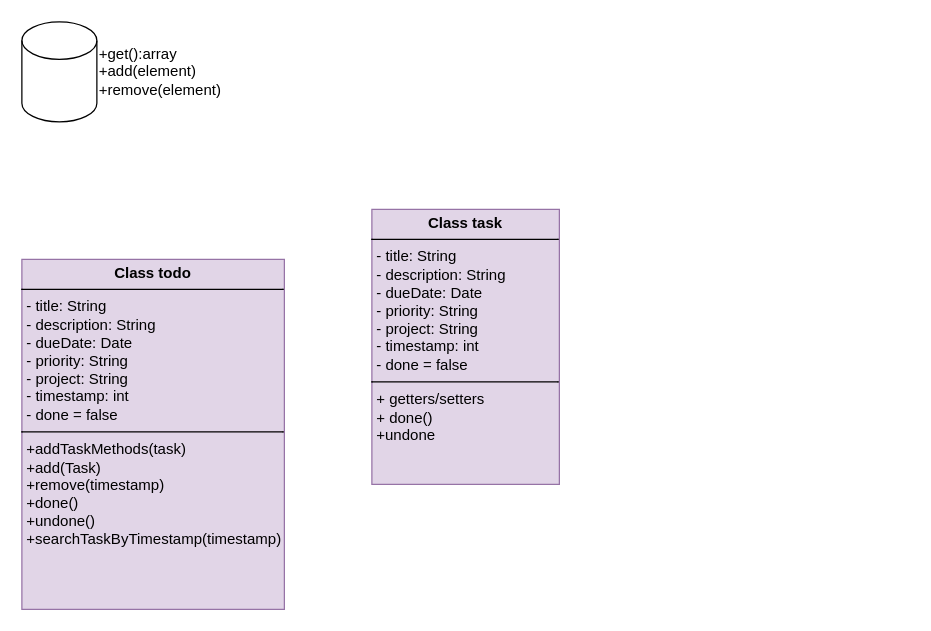
The draw.io diagram todoList.drawio in facu18xk/diagrams, before the edit. Source tidied: cells renumbered, new cells numbered last; positions are measured from the earlier drawing's top-left corner, leaving out a move shared by most shapes. Both pictures are drawn from the tidied source at 125%, with x=0, y=0 at pixel (21, 21).
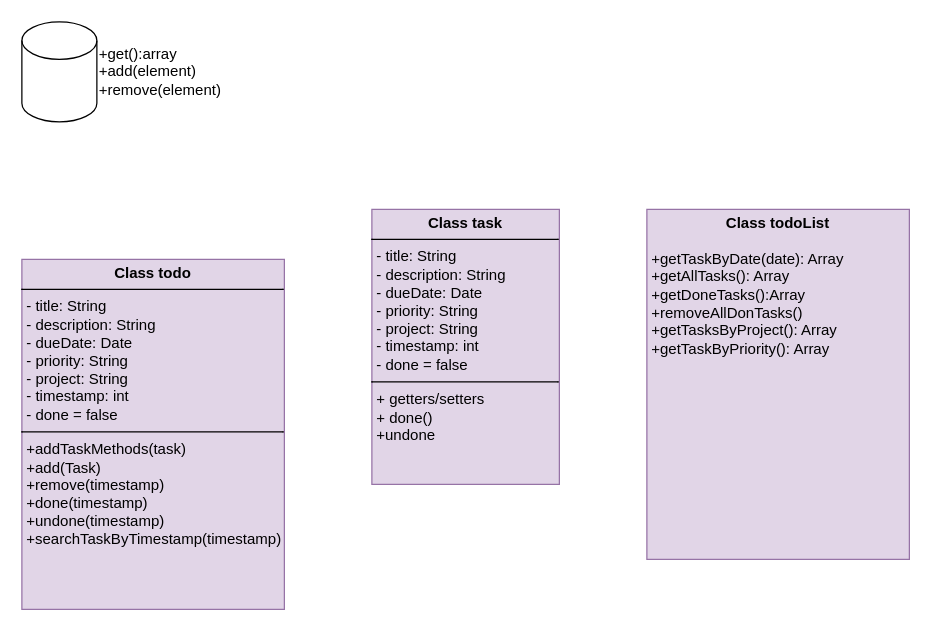
The same page after the edit.

Change to the diagram source:
```diff
@@
 <mxGraphModel>
   <root>
     <mxCell id="0" />
     <mxCell id="1" parent="0" />
     <mxCell id="2" style="shape=cylinder3;whiteSpace=wrap;html=1;boundedLbl=1;backgroundOutline=1;size=15;" parent="1" vertex="1">
       <mxGeometry width="60" height="80" as="geometry" />
     </mxCell>
     <mxCell id="3" value="+get():array&lt;div&gt;+add(element)&lt;/div&gt;&lt;div&gt;+remove(element)&lt;/div&gt;" style="text;html=1;align=left;verticalAlign=middle;whiteSpace=wrap;rounded=0;" parent="1" vertex="1">
       <mxGeometry x="60" width="100" height="80" as="geometry" />
     </mxCell>
     <mxCell id="4" value="&lt;p style=&quot;margin:0px;margin-top:4px;text-align:center;&quot;&gt;&lt;b&gt;Class task&lt;/b&gt;&lt;/p&gt;&lt;hr size=&quot;1&quot; style=&quot;border-style:solid;&quot;&gt;&lt;p style=&quot;margin:0px;margin-left:4px;&quot;&gt;- title: String&lt;/p&gt;&lt;p style=&quot;margin:0px;margin-left:4px;&quot;&gt;- description: String&lt;/p&gt;&lt;p style=&quot;margin:0px;margin-left:4px;&quot;&gt;- dueDate: Date&lt;/p&gt;&lt;p style=&quot;margin:0px;margin-left:4px;&quot;&gt;- priority: String&lt;/p&gt;&lt;p style=&quot;margin:0px;margin-left:4px;&quot;&gt;- project: String&lt;/p&gt;&lt;p style=&quot;margin:0px;margin-left:4px;&quot;&gt;- timestamp: int&lt;/p&gt;&lt;p style=&quot;margin:0px;margin-left:4px;&quot;&gt;- done = false&lt;/p&gt;&lt;hr size=&quot;1&quot; style=&quot;border-style:solid;&quot;&gt;&lt;p style=&quot;margin:0px;margin-left:4px;&quot;&gt;+ getters/setters&amp;nbsp;&lt;/p&gt;&lt;p style=&quot;margin:0px;margin-left:4px;&quot;&gt;+ done()&lt;/p&gt;&lt;p style=&quot;margin:0px;margin-left:4px;&quot;&gt;+undone&lt;/p&gt;" style="verticalAlign=top;align=left;overflow=fill;html=1;whiteSpace=wrap;fillColor=#e1d5e7;strokeColor=#9673a6;" parent="1" vertex="1">
       <mxGeometry x="280" y="150" width="150" height="220" as="geometry" />
     </mxCell>
-    <mxCell id="5" value="&lt;p style=&quot;margin:0px;margin-top:4px;text-align:center;&quot;&gt;&lt;b&gt;Class todo&lt;/b&gt;&lt;/p&gt;&lt;hr size=&quot;1&quot; style=&quot;border-style:solid;&quot;&gt;&lt;p style=&quot;margin:0px;margin-left:4px;&quot;&gt;- title: String&lt;/p&gt;&lt;p style=&quot;margin:0px;margin-left:4px;&quot;&gt;- description: String&lt;/p&gt;&lt;p style=&quot;margin:0px;margin-left:4px;&quot;&gt;- dueDate: Date&lt;/p&gt;&lt;p style=&quot;margin:0px;margin-left:4px;&quot;&gt;- priority: String&lt;/p&gt;&lt;p style=&quot;margin:0px;margin-left:4px;&quot;&gt;- project: String&lt;/p&gt;&lt;p style=&quot;margin:0px;margin-left:4px;&quot;&gt;- timestamp: int&lt;/p&gt;&lt;p style=&quot;margin:0px;margin-left:4px;&quot;&gt;- done = false&lt;/p&gt;&lt;hr size=&quot;1&quot; style=&quot;border-style:solid;&quot;&gt;&lt;p style=&quot;margin:0px;margin-left:4px;&quot;&gt;+addTaskMethods(task)&lt;/p&gt;&lt;p style=&quot;margin:0px;margin-left:4px;&quot;&gt;+add(Task)&lt;/p&gt;&lt;p style=&quot;margin:0px;margin-left:4px;&quot;&gt;+remove(timestamp)&lt;/p&gt;&lt;p style=&quot;margin:0px;margin-left:4px;&quot;&gt;+done()&lt;/p&gt;&lt;p style=&quot;margin:0px;margin-left:4px;&quot;&gt;+undone()&lt;/p&gt;&lt;p style=&quot;margin:0px;margin-left:4px;&quot;&gt;+searchTaskByTimestamp(timestamp)&lt;/p&gt;" style="verticalAlign=top;align=left;overflow=fill;html=1;whiteSpace=wrap;fillColor=#e1d5e7;strokeColor=#9673a6;" parent="1" vertex="1">
+    <mxCell id="5" value="&lt;p style=&quot;margin:0px;margin-top:4px;text-align:center;&quot;&gt;&lt;b&gt;Class todo&lt;/b&gt;&lt;/p&gt;&lt;hr size=&quot;1&quot; style=&quot;border-style:solid;&quot;&gt;&lt;p style=&quot;margin:0px;margin-left:4px;&quot;&gt;- title: String&lt;/p&gt;&lt;p style=&quot;margin:0px;margin-left:4px;&quot;&gt;- description: String&lt;/p&gt;&lt;p style=&quot;margin:0px;margin-left:4px;&quot;&gt;- dueDate: Date&lt;/p&gt;&lt;p style=&quot;margin:0px;margin-left:4px;&quot;&gt;- priority: String&lt;/p&gt;&lt;p style=&quot;margin:0px;margin-left:4px;&quot;&gt;- project: String&lt;/p&gt;&lt;p style=&quot;margin:0px;margin-left:4px;&quot;&gt;- timestamp: int&lt;/p&gt;&lt;p style=&quot;margin:0px;margin-left:4px;&quot;&gt;- done = false&lt;/p&gt;&lt;hr size=&quot;1&quot; style=&quot;border-style:solid;&quot;&gt;&lt;p style=&quot;margin:0px;margin-left:4px;&quot;&gt;+addTaskMethods(task)&lt;/p&gt;&lt;p style=&quot;margin:0px;margin-left:4px;&quot;&gt;+add(Task)&lt;/p&gt;&lt;p style=&quot;margin:0px;margin-left:4px;&quot;&gt;+remove(timestamp)&lt;/p&gt;&lt;p style=&quot;margin:0px;margin-left:4px;&quot;&gt;+done(timestamp)&lt;/p&gt;&lt;p style=&quot;margin:0px;margin-left:4px;&quot;&gt;+undone(timestamp)&lt;/p&gt;&lt;p style=&quot;margin:0px;margin-left:4px;&quot;&gt;+searchTaskByTimestamp(timestamp)&lt;/p&gt;&lt;p style=&quot;margin:0px;margin-left:4px;&quot;&gt;&lt;br&gt;&lt;/p&gt;" style="verticalAlign=top;align=left;overflow=fill;html=1;whiteSpace=wrap;fillColor=#e1d5e7;strokeColor=#9673a6;" parent="1" vertex="1">
       <mxGeometry y="190" width="210" height="280" as="geometry" />
     </mxCell>
+    <mxCell id="6" value="&lt;p style=&quot;margin:0px;margin-top:4px;text-align:center;&quot;&gt;&lt;b&gt;Class todoList&lt;/b&gt;&lt;/p&gt;&lt;p style=&quot;margin:0px;margin-left:4px;&quot;&gt;&lt;br&gt;&lt;/p&gt;&lt;p style=&quot;margin:0px;margin-left:4px;&quot;&gt;+getTaskByDate(date): Array&lt;/p&gt;&lt;p style=&quot;margin:0px;margin-left:4px;&quot;&gt;+getAllTasks(): Array&lt;/p&gt;&lt;p style=&quot;margin:0px;margin-left:4px;&quot;&gt;+getDoneTasks():Array&lt;/p&gt;&lt;p style=&quot;margin:0px;margin-left:4px;&quot;&gt;+removeAllDonTasks()&lt;/p&gt;&lt;p style=&quot;margin:0px;margin-left:4px;&quot;&gt;+getTasksByProject(): Array&lt;/p&gt;&lt;p style=&quot;margin:0px;margin-left:4px;&quot;&gt;+getTaskByPriority(): Array&lt;/p&gt;&lt;p style=&quot;margin:0px;margin-left:4px;&quot;&gt;&lt;br&gt;&lt;/p&gt;" style="verticalAlign=top;align=left;overflow=fill;html=1;whiteSpace=wrap;fillColor=#e1d5e7;strokeColor=#9673a6;" parent="1" vertex="1">
+      <mxGeometry x="500" y="150" width="210" height="280" as="geometry" />
+    </mxCell>
   </root>
 </mxGraphModel>
```
